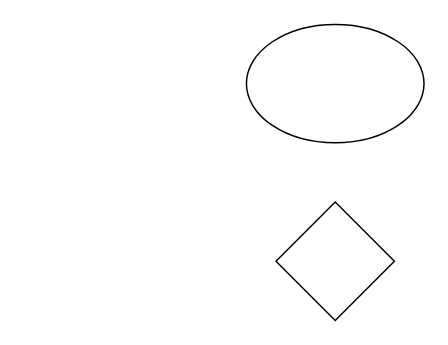
This is 未命名绘图.drawio from wuaisong/pic, a draw.io file, before an edit. Source tidied: cells renumbered, new cells numbered last; positions are measured from the earlier drawing's top-left corner, leaving out a move shared by most shapes. Both pictures are drawn from the tidied source at 148%, with x=0, y=0 at pixel (246, 24).
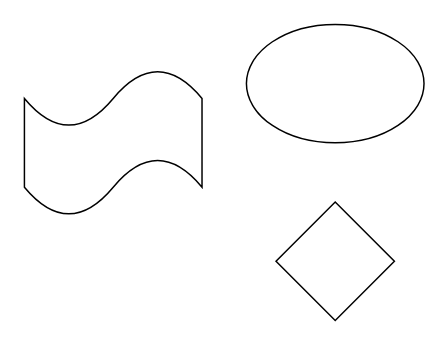
The same diagram, later.

Commit message:
更新未命名绘55图.drawio

Change to the diagram source:
```diff
@@
 <mxGraphModel>
   <root>
     <mxCell id="0" />
     <mxCell id="1" parent="0" />
     <mxCell id="2" style="rhombus;whiteSpace=wrap;html=1;" parent="1" vertex="1">
       <mxGeometry x="20" y="120" width="80" height="80" as="geometry" />
     </mxCell>
     <mxCell id="3" style="ellipse;whiteSpace=wrap;html=1;" parent="1" vertex="1">
       <mxGeometry width="120" height="80" as="geometry" />
     </mxCell>
+    <mxCell id="4" style="shape=tape;whiteSpace=wrap;html=1;" parent="1" vertex="1">
+      <mxGeometry x="-150" y="30" width="120" height="100" as="geometry" />
+    </mxCell>
   </root>
 </mxGraphModel>
```
